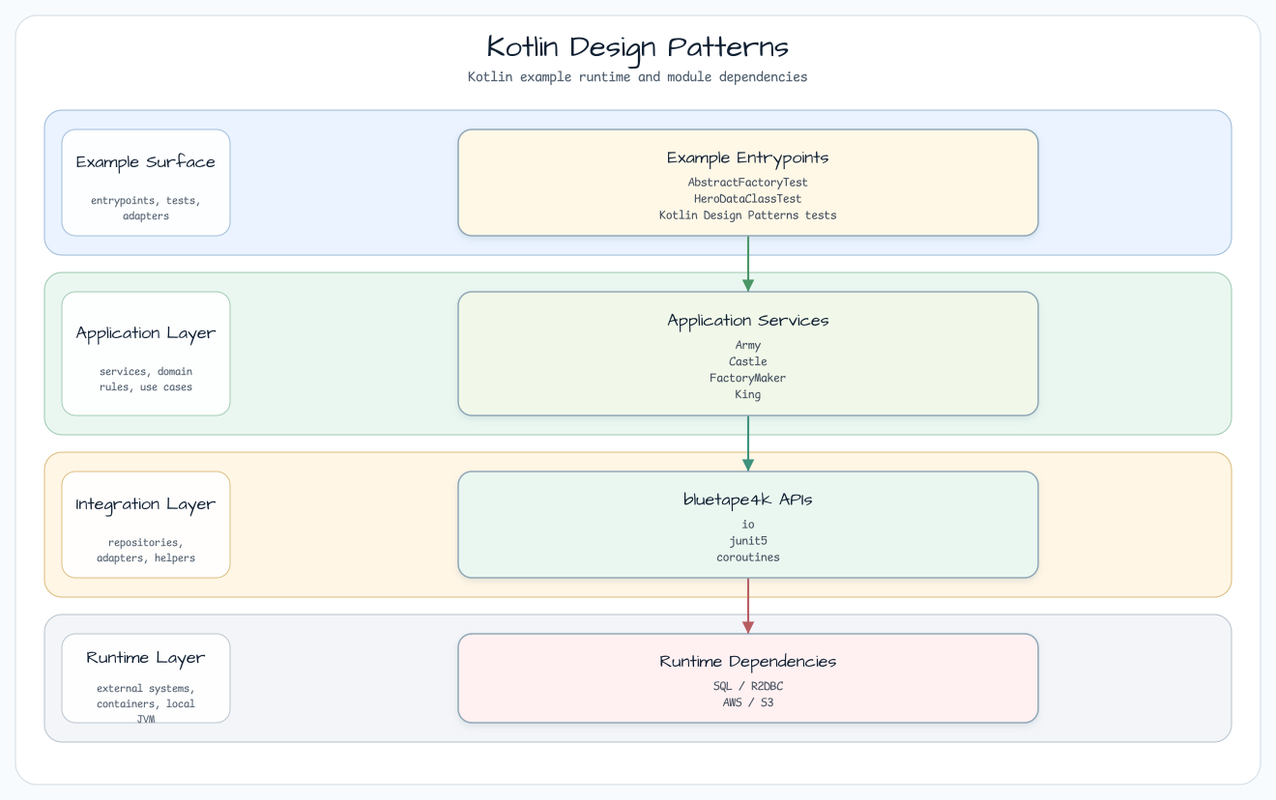
bluetape4k/bluetape4k-workshop keeps this Graphviz diagram as docs/images/readme-diagrams/kotlin-design-patterns-readme-architecture-01.png. Above is the earlier version. Its source is kept beside it as docs/images/readme-diagrams/kotlin-design-patterns-readme-architecture-01.dot.
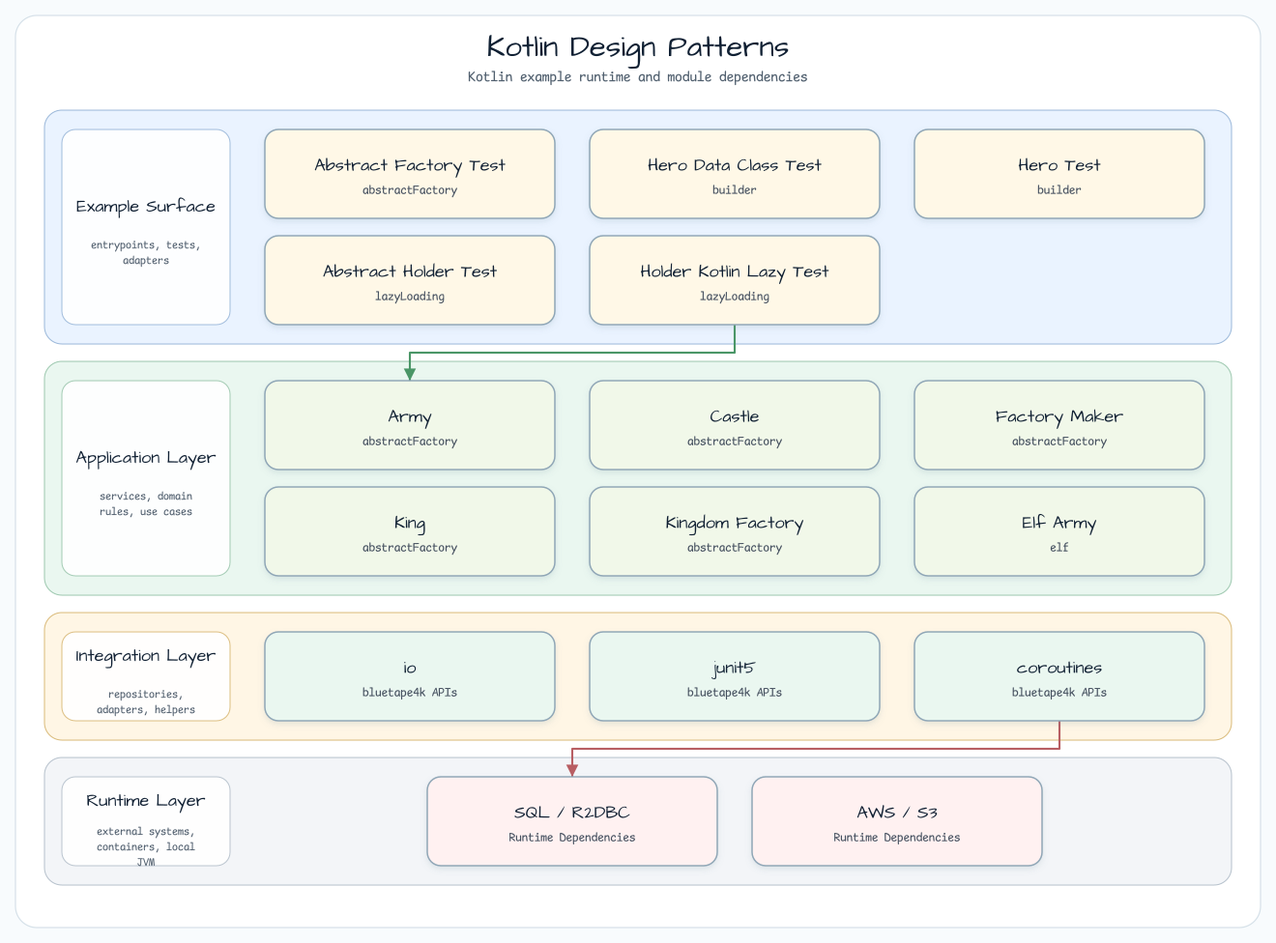
Above is the later version.

Change to the diagram source:
```diff
@@ -26,12 +26,23 @@
     fontsize=11
   ];
 
-  entry [label="Example Entrypoints\nAbstractFactoryTest\nHeroDataClassTest\nKotlin Design Patterns tests", fillcolor="#FFF8E7"];
-  service [label="Application Services\nArmy\nCastle\nFactoryMaker\nKing", fillcolor="#F1F8E9"];
-  bt [label="bluetape4k APIs\nio\njunit5\ncoroutines", fillcolor="#EAF7F0"];
-  runtime [label="Runtime Dependencies\nSQL / R2DBC\nAWS / S3", fillcolor="#FFF1F1"];
+  entry0 [label="Abstract Factory Test\nabstractFactory", fillcolor="#FFF8E7"];
+  entry1 [label="Hero Data Class Test\nbuilder", fillcolor="#FFF8E7"];
+  entry2 [label="Hero Test\nbuilder", fillcolor="#FFF8E7"];
+  entry3 [label="Abstract Holder Test\nlazyLoading", fillcolor="#FFF8E7"];
+  entry4 [label="Holder Kotlin Lazy Test\nlazyLoading", fillcolor="#FFF8E7"];
+  service0 [label="Army\nabstractFactory", fillcolor="#F1F8E9"];
+  service1 [label="Castle\nabstractFactory", fillcolor="#F1F8E9"];
+  service2 [label="Factory Maker\nabstractFactory", fillcolor="#F1F8E9"];
+  service3 [label="King\nabstractFactory", fillcolor="#F1F8E9"];
+  service4 [label="Kingdom Factory\nabstractFactory", fillcolor="#F1F8E9"];
+  service5 [label="Elf Army\nelf", fillcolor="#F1F8E9"];
+  bt0 [label="io\nbluetape4k APIs", fillcolor="#EAF7F0"];
+  bt1 [label="junit5\nbluetape4k APIs", fillcolor="#EAF7F0"];
+  bt2 [label="coroutines\nbluetape4k APIs", fillcolor="#EAF7F0"];
+  runtime0 [label="SQL / R2DBC\nRuntime Dependencies", fillcolor="#FFF1F1"];
+  runtime1 [label="AWS / S3\nRuntime Dependencies", fillcolor="#FFF1F1"];
 
-  entry -> service [label="delegates"];
-  service -> bt [label="extends"];
-  bt -> runtime [label="adapts"];
+  entry4 -> service0 [label="starts"];
+  bt2 -> runtime0 [label="adapts"];
 }
```
